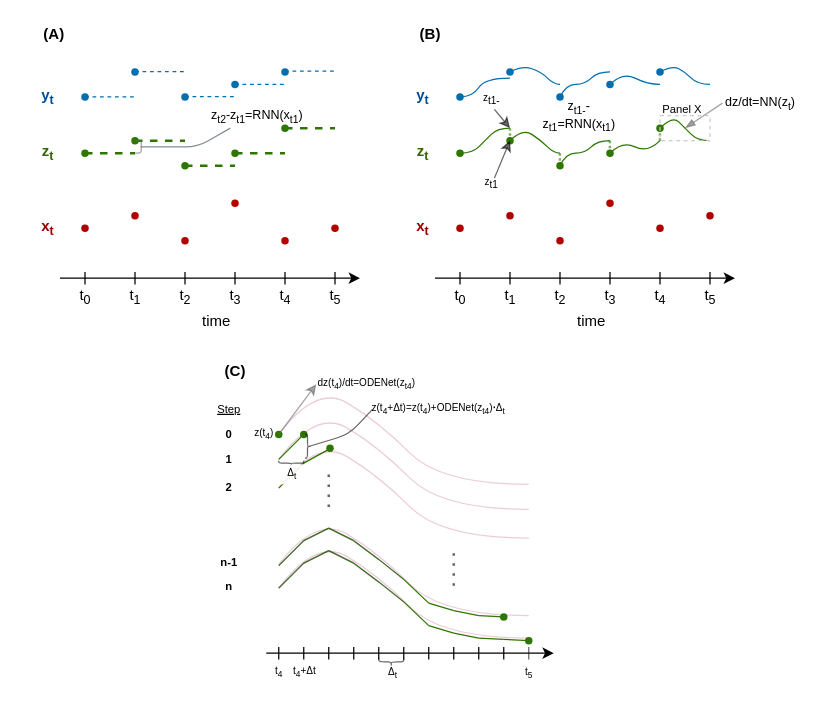
oizin/links keeps this draw.io diagram as graph1.drawio. Above is the earlier version. Source tidied: cells renumbered, new cells numbered last; positions are measured from the earlier drawing's top-left corner, leaving out a move shared by most shapes. Both pictures are drawn from the tidied source at 125%, with x=0, y=0 at pixel (22, 21).
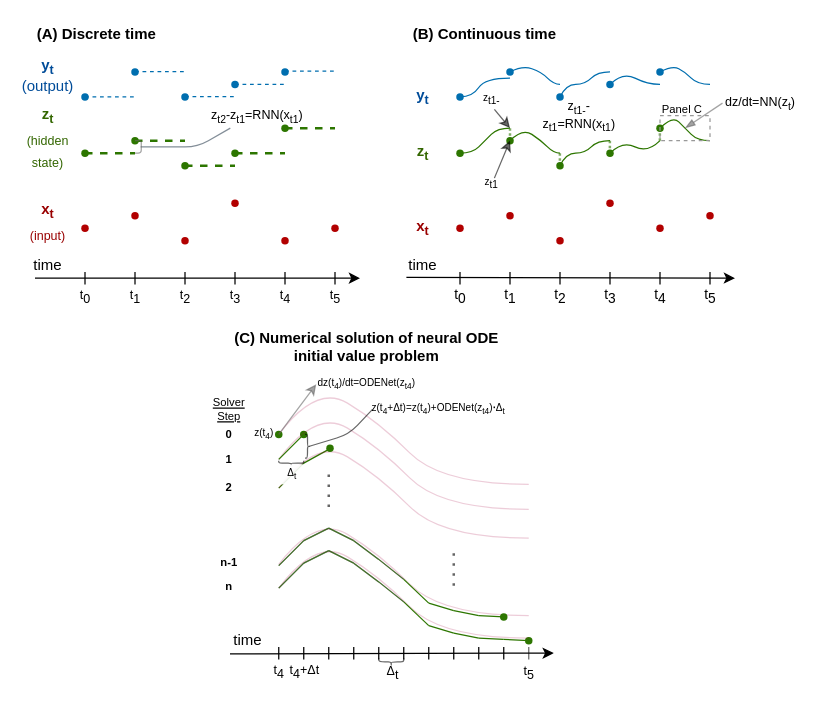
Above is the later version.

What changed in the source:
```diff
@@
-    <mxCell id="7" style="endArrow=classic;html=1;endFill=1;" parent="1" edge="1">
+    <mxCell id="7" style="endArrow=classic;html=1;endFill=1;exitX=0.25;exitY=1;exitDx=0;exitDy=0;" parent="1" edge="1" source="43">
       <mxGeometry relative="1" as="geometry">
-        <mxPoint x="29.5" y="205" as="sourcePoint" />
         <mxPoint x="269.5" y="205" as="targetPoint" />
       </mxGeometry>
     </mxCell>
@@
-    <mxCell id="34" value="t&lt;sub&gt;0&lt;/sub&gt;" style="text;html=1;strokeColor=none;fillColor=none;align=center;verticalAlign=middle;whiteSpace=wrap;rounded=0;" parent="1" vertex="1">
+    <mxCell id="34" value="t&lt;sub style=&quot;font-size: 10px;&quot;&gt;0&lt;/sub&gt;" style="text;html=1;strokeColor=none;fillColor=none;align=center;verticalAlign=middle;whiteSpace=wrap;rounded=0;fontSize=10;" parent="1" vertex="1">
       <mxGeometry x="29.5" y="210" width="40" height="20" as="geometry" />
     </mxCell>
-    <mxCell id="35" value="t&lt;sub&gt;1&lt;/sub&gt;" style="text;html=1;strokeColor=none;fillColor=none;align=center;verticalAlign=middle;whiteSpace=wrap;rounded=0;" parent="1" vertex="1">
+    <mxCell id="35" value="t&lt;sub style=&quot;font-size: 10px;&quot;&gt;1&lt;/sub&gt;" style="text;html=1;strokeColor=none;fillColor=none;align=center;verticalAlign=middle;whiteSpace=wrap;rounded=0;fontSize=10;" parent="1" vertex="1">
       <mxGeometry x="69.5" y="210" width="40" height="20" as="geometry" />
     </mxCell>
-    <mxCell id="36" value="t&lt;sub&gt;2&lt;/sub&gt;" style="text;html=1;strokeColor=none;fillColor=none;align=center;verticalAlign=middle;whiteSpace=wrap;rounded=0;" parent="1" vertex="1">
+    <mxCell id="36" value="t&lt;sub style=&quot;font-size: 10px;&quot;&gt;2&lt;/sub&gt;" style="text;html=1;strokeColor=none;fillColor=none;align=center;verticalAlign=middle;whiteSpace=wrap;rounded=0;fontSize=10;" parent="1" vertex="1">
       <mxGeometry x="109.5" y="210" width="40" height="20" as="geometry" />
     </mxCell>
-    <mxCell id="37" value="t&lt;sub&gt;3&lt;/sub&gt;" style="text;html=1;strokeColor=none;fillColor=none;align=center;verticalAlign=middle;whiteSpace=wrap;rounded=0;" parent="1" vertex="1">
+    <mxCell id="37" value="t&lt;sub style=&quot;font-size: 10px;&quot;&gt;3&lt;/sub&gt;" style="text;html=1;strokeColor=none;fillColor=none;align=center;verticalAlign=middle;whiteSpace=wrap;rounded=0;fontSize=10;" parent="1" vertex="1">
       <mxGeometry x="149.5" y="210" width="40" height="20" as="geometry" />
     </mxCell>
-    <mxCell id="38" value="t&lt;sub&gt;4&lt;/sub&gt;" style="text;html=1;strokeColor=none;fillColor=none;align=center;verticalAlign=middle;whiteSpace=wrap;rounded=0;" parent="1" vertex="1">
+    <mxCell id="38" value="t&lt;sub style=&quot;font-size: 10px;&quot;&gt;4&lt;/sub&gt;" style="text;html=1;strokeColor=none;fillColor=none;align=center;verticalAlign=middle;whiteSpace=wrap;rounded=0;fontSize=10;" parent="1" vertex="1">
       <mxGeometry x="189.5" y="210" width="40" height="20" as="geometry" />
     </mxCell>
-    <mxCell id="39" value="t&lt;sub&gt;5&lt;/sub&gt;" style="text;html=1;strokeColor=none;fillColor=none;align=center;verticalAlign=middle;whiteSpace=wrap;rounded=0;" parent="1" vertex="1">
+    <mxCell id="39" value="t&lt;sub style=&quot;font-size: 10px;&quot;&gt;5&lt;/sub&gt;" style="text;html=1;strokeColor=none;fillColor=none;align=center;verticalAlign=middle;whiteSpace=wrap;rounded=0;fontSize=10;" parent="1" vertex="1">
       <mxGeometry x="229.5" y="210" width="40" height="20" as="geometry" />
     </mxCell>
-    <mxCell id="40" value="y&lt;sub&gt;t&lt;/sub&gt;" style="text;html=1;align=center;verticalAlign=middle;whiteSpace=wrap;rounded=0;fontColor=#004C99;fontStyle=1;" parent="1" vertex="1">
-      <mxGeometry x="-0.5" y="50" width="40" height="20" as="geometry" />
+    <mxCell id="40" value="&lt;div&gt;y&lt;sub&gt;t&lt;/sub&gt;&lt;/div&gt;&lt;div&gt;&lt;span style=&quot;font-weight: normal&quot;&gt;(output)&lt;/span&gt;&lt;/div&gt;" style="text;align=center;verticalAlign=middle;rounded=0;fontColor=#004C99;fontStyle=1;spacing=0;whiteSpace=wrap;html=1;" parent="1" vertex="1">
+      <mxGeometry x="-0.5" y="20" width="40" height="45" as="geometry" />
     </mxCell>
-    <mxCell id="41" value="z&lt;sub&gt;t&lt;/sub&gt;" style="text;html=1;align=center;verticalAlign=middle;whiteSpace=wrap;rounded=0;fontColor=#336600;fontStyle=1;" parent="1" vertex="1">
-      <mxGeometry x="-0.5" y="95" width="40" height="20" as="geometry" />
+    <mxCell id="41" value="&lt;div&gt;z&lt;sub&gt;t&lt;/sub&gt;&lt;/div&gt;&lt;div&gt;&lt;sub&gt;&lt;span style=&quot;font-weight: normal&quot;&gt;(hidden state)&lt;/span&gt;&lt;br&gt;&lt;/sub&gt;&lt;/div&gt;" style="text;html=1;align=center;verticalAlign=middle;whiteSpace=wrap;rounded=0;fontColor=#336600;fontStyle=1;" parent="1" vertex="1">
+      <mxGeometry x="-0.5" y="65" width="40" height="55" as="geometry" />
     </mxCell>
-    <mxCell id="42" value="x&lt;sub&gt;t&lt;/sub&gt;" style="text;html=1;align=center;verticalAlign=middle;whiteSpace=wrap;rounded=0;fontStyle=1;fontColor=#990000;" parent="1" vertex="1">
-      <mxGeometry x="-0.5" y="155" width="40" height="20" as="geometry" />
+    <mxCell id="42" value="&lt;div&gt;x&lt;sub&gt;t&lt;/sub&gt;&lt;/div&gt;&lt;div&gt;&lt;sub&gt;&lt;span style=&quot;font-weight: normal&quot;&gt;(input)&lt;/span&gt;&lt;br&gt;&lt;/sub&gt;&lt;/div&gt;" style="text;html=1;align=center;verticalAlign=middle;whiteSpace=wrap;rounded=0;fontStyle=1;fontColor=#990000;" parent="1" vertex="1">
+      <mxGeometry x="-0.5" y="135" width="40" height="50" as="geometry" />
     </mxCell>
     <mxCell id="43" value="time" style="text;html=1;strokeColor=none;fillColor=none;align=center;verticalAlign=middle;whiteSpace=wrap;rounded=0;" parent="1" vertex="1">
-      <mxGeometry x="134.5" y="230" width="40" height="20" as="geometry" />
+      <mxGeometry x="-0.5" y="185" width="40" height="20" as="geometry" />
     </mxCell>
@@
-    <mxCell id="49" style="endArrow=classic;html=1;endFill=1;" parent="1" edge="1">
+    <mxCell id="49" style="endArrow=classic;html=1;endFill=1;exitX=0.178;exitY=0.97;exitDx=0;exitDy=0;exitPerimeter=0;" parent="1" edge="1" source="78">
       <mxGeometry relative="1" as="geometry">
-        <mxPoint x="329.5" y="205" as="sourcePoint" />
         <mxPoint x="569.5" y="205" as="targetPoint" />
       </mxGeometry>
     </mxCell>
@@
-    <mxCell id="69" value="t&lt;sub&gt;0&lt;/sub&gt;" style="text;html=1;strokeColor=none;fillColor=none;align=center;verticalAlign=middle;whiteSpace=wrap;rounded=0;" parent="1" vertex="1">
+    <mxCell id="69" value="t&lt;sub style=&quot;font-size: 11px;&quot;&gt;0&lt;/sub&gt;" style="text;html=1;strokeColor=none;fillColor=none;align=center;verticalAlign=middle;whiteSpace=wrap;rounded=0;fontSize=11;" parent="1" vertex="1">
       <mxGeometry x="329.5" y="210" width="40" height="20" as="geometry" />
     </mxCell>
-    <mxCell id="70" value="t&lt;sub&gt;1&lt;/sub&gt;" style="text;html=1;strokeColor=none;fillColor=none;align=center;verticalAlign=middle;whiteSpace=wrap;rounded=0;" parent="1" vertex="1">
+    <mxCell id="70" value="t&lt;sub style=&quot;font-size: 11px;&quot;&gt;1&lt;/sub&gt;" style="text;html=1;strokeColor=none;fillColor=none;align=center;verticalAlign=middle;whiteSpace=wrap;rounded=0;fontSize=11;" parent="1" vertex="1">
       <mxGeometry x="369.5" y="210" width="40" height="20" as="geometry" />
     </mxCell>
-    <mxCell id="71" value="t&lt;sub&gt;2&lt;/sub&gt;" style="text;html=1;strokeColor=none;fillColor=none;align=center;verticalAlign=middle;whiteSpace=wrap;rounded=0;" parent="1" vertex="1">
+    <mxCell id="71" value="t&lt;sub style=&quot;font-size: 11px;&quot;&gt;2&lt;/sub&gt;" style="text;html=1;strokeColor=none;fillColor=none;align=center;verticalAlign=middle;whiteSpace=wrap;rounded=0;fontSize=11;" parent="1" vertex="1">
       <mxGeometry x="409.5" y="210" width="40" height="20" as="geometry" />
     </mxCell>
-    <mxCell id="72" value="t&lt;sub&gt;3&lt;/sub&gt;" style="text;html=1;strokeColor=none;fillColor=none;align=center;verticalAlign=middle;whiteSpace=wrap;rounded=0;" parent="1" vertex="1">
+    <mxCell id="72" value="t&lt;sub style=&quot;font-size: 11px;&quot;&gt;3&lt;/sub&gt;" style="text;html=1;strokeColor=none;fillColor=none;align=center;verticalAlign=middle;whiteSpace=wrap;rounded=0;fontSize=11;" parent="1" vertex="1">
       <mxGeometry x="449.5" y="210" width="40" height="20" as="geometry" />
     </mxCell>
-    <mxCell id="73" value="t&lt;sub&gt;4&lt;/sub&gt;" style="text;html=1;strokeColor=none;fillColor=none;align=center;verticalAlign=middle;whiteSpace=wrap;rounded=0;" parent="1" vertex="1">
+    <mxCell id="73" value="t&lt;sub style=&quot;font-size: 11px;&quot;&gt;4&lt;/sub&gt;" style="text;html=1;strokeColor=none;fillColor=none;align=center;verticalAlign=middle;whiteSpace=wrap;rounded=0;fontSize=11;" parent="1" vertex="1">
       <mxGeometry x="489.5" y="210" width="40" height="20" as="geometry" />
     </mxCell>
-    <mxCell id="74" value="t&lt;sub&gt;5&lt;/sub&gt;" style="text;html=1;strokeColor=none;fillColor=none;align=center;verticalAlign=middle;whiteSpace=wrap;rounded=0;" parent="1" vertex="1">
+    <mxCell id="74" value="t&lt;sub style=&quot;font-size: 11px;&quot;&gt;5&lt;/sub&gt;" style="text;html=1;strokeColor=none;fillColor=none;align=center;verticalAlign=middle;whiteSpace=wrap;rounded=0;fontSize=11;" parent="1" vertex="1">
       <mxGeometry x="529.5" y="210" width="40" height="20" as="geometry" />
     </mxCell>
@@
     <mxCell id="78" value="time" style="text;html=1;strokeColor=none;fillColor=none;align=center;verticalAlign=middle;whiteSpace=wrap;rounded=0;" parent="1" vertex="1">
-      <mxGeometry x="434.5" y="230" width="40" height="20" as="geometry" />
+      <mxGeometry x="299.5" y="185" width="40" height="20" as="geometry" />
     </mxCell>
@@
-    <mxCell id="128" value="&lt;span&gt;Δ&lt;sub&gt;t&lt;/sub&gt;&lt;/span&gt;" style="text;html=1;strokeColor=none;fillColor=none;align=center;verticalAlign=middle;whiteSpace=wrap;rounded=0;fontSize=8;fontColor=#000000;opacity=60;" parent="1" vertex="1">
+    <mxCell id="128" value="&lt;span style=&quot;font-size: 10px;&quot;&gt;Δ&lt;sub style=&quot;font-size: 10px;&quot;&gt;t&lt;/sub&gt;&lt;/span&gt;" style="text;html=1;strokeColor=none;fillColor=none;align=center;verticalAlign=middle;whiteSpace=wrap;rounded=0;fontSize=10;fontColor=#000000;opacity=60;" parent="1" vertex="1">
       <mxGeometry x="285.5" y="513" width="20" height="15" as="geometry" />
     </mxCell>
@@
-    <mxCell id="130" value="t&lt;sub&gt;4&lt;/sub&gt;" style="text;html=1;strokeColor=none;fillColor=none;align=center;verticalAlign=middle;whiteSpace=wrap;rounded=0;fontSize=8;fontColor=#000000;opacity=60;" parent="1" vertex="1">
+    <mxCell id="130" value="t&lt;sub style=&quot;font-size: 10px;&quot;&gt;4&lt;/sub&gt;" style="text;html=1;strokeColor=none;fillColor=none;align=center;verticalAlign=middle;whiteSpace=wrap;rounded=0;fontSize=10;fontColor=#000000;opacity=60;" parent="1" vertex="1">
       <mxGeometry x="184.5" y="510" width="40" height="20" as="geometry" />
     </mxCell>
-    <mxCell id="131" value="t&lt;sub&gt;4&lt;/sub&gt;+&lt;span&gt;Δt&lt;/span&gt;" style="text;html=1;strokeColor=none;fillColor=none;align=center;verticalAlign=middle;whiteSpace=wrap;rounded=0;fontSize=8;fontColor=#000000;opacity=60;" parent="1" vertex="1">
+    <mxCell id="131" value="t&lt;sub style=&quot;font-size: 10px;&quot;&gt;4&lt;/sub&gt;+&lt;span style=&quot;font-size: 10px;&quot;&gt;Δt&lt;/span&gt;" style="text;html=1;strokeColor=none;fillColor=none;align=center;verticalAlign=middle;whiteSpace=wrap;rounded=0;fontSize=10;fontColor=#000000;opacity=60;" parent="1" vertex="1">
       <mxGeometry x="214.5" y="510" width="21" height="20" as="geometry" />
     </mxCell>
-    <mxCell id="132" value="t&lt;sub&gt;5&lt;/sub&gt;" style="text;html=1;strokeColor=none;fillColor=none;align=center;verticalAlign=middle;whiteSpace=wrap;rounded=0;fontSize=8;fontColor=#000000;opacity=60;" parent="1" vertex="1">
+    <mxCell id="132" value="t&lt;sub style=&quot;font-size: 10px;&quot;&gt;5&lt;/sub&gt;" style="text;html=1;strokeColor=none;fillColor=none;align=center;verticalAlign=middle;whiteSpace=wrap;rounded=0;fontSize=10;fontColor=#000000;opacity=60;" parent="1" vertex="1">
       <mxGeometry x="384.5" y="510.5" width="40" height="20" as="geometry" />
     </mxCell>
@@
-    <mxCell id="141" style="rounded=0;whiteSpace=wrap;html=1;perimeterSpacing=1;fillColor=none;dashed=1;strokeColor=#CCCCCC;" parent="1" vertex="1">
+    <mxCell id="141" style="rounded=0;whiteSpace=wrap;html=1;perimeterSpacing=1;fillColor=none;dashed=1;strokeColor=#999999;" parent="1" vertex="1">
       <mxGeometry x="509.5" y="75" width="40" height="20" as="geometry" />
     </mxCell>
-    <mxCell id="142" value="Panel X" style="text;html=1;strokeColor=none;fillColor=none;align=center;verticalAlign=middle;whiteSpace=wrap;rounded=0;dashed=1;fontSize=9;" parent="1" vertex="1">
+    <mxCell id="142" value="Panel C" style="text;html=1;strokeColor=none;fillColor=none;align=center;verticalAlign=middle;whiteSpace=wrap;rounded=0;dashed=1;fontSize=9;" parent="1" vertex="1">
       <mxGeometry x="509.5" y="65" width="35" height="10" as="geometry" />
     </mxCell>
@@
-    <mxCell id="175" value="Step" style="text;html=1;strokeColor=none;fillColor=none;align=center;verticalAlign=middle;whiteSpace=wrap;rounded=0;dashed=1;fontSize=9;fontStyle=4;" parent="1" vertex="1">
+    <mxCell id="175" value="Solver Step" style="text;html=1;strokeColor=none;fillColor=none;align=center;verticalAlign=middle;whiteSpace=wrap;rounded=0;dashed=1;fontSize=9;fontStyle=4;" parent="1" vertex="1">
       <mxGeometry x="144.5" y="300" width="40" height="20" as="geometry" />
     </mxCell>
@@
-    <mxCell id="182" style="endArrow=classic;html=1;endFill=1;" parent="1" edge="1">
+    <mxCell id="182" style="endArrow=classic;html=1;endFill=1;exitX=0.15;exitY=1.029;exitDx=0;exitDy=0;exitPerimeter=0;" parent="1" edge="1" source="187">
       <mxGeometry relative="1" as="geometry">
-        <mxPoint x="194.5" y="505" as="sourcePoint" />
         <mxPoint x="424.5" y="505" as="targetPoint" />
       </mxGeometry>
     </mxCell>
-    <mxCell id="183" value="(A)" style="text;html=1;strokeColor=none;fillColor=none;align=center;verticalAlign=middle;whiteSpace=wrap;rounded=0;dashed=1;fontSize=12;opacity=90;fontStyle=1;" parent="1" vertex="1">
-      <mxGeometry x="4.5" width="40" height="20" as="geometry" />
+    <mxCell id="183" value="(A) Discrete time" style="text;html=1;strokeColor=none;fillColor=none;align=center;verticalAlign=middle;whiteSpace=wrap;rounded=0;dashed=1;fontSize=12;opacity=90;fontStyle=1;" parent="1" vertex="1">
+      <mxGeometry x="4.5" width="107.5" height="20" as="geometry" />
     </mxCell>
-    <mxCell id="184" value="(B)" style="text;html=1;strokeColor=none;fillColor=none;align=center;verticalAlign=middle;whiteSpace=wrap;rounded=0;dashed=1;fontSize=12;opacity=90;fontStyle=1;" parent="1" vertex="1">
-      <mxGeometry x="305.5" width="40" height="20" as="geometry" />
+    <mxCell id="184" value="(B) Continuous time" style="text;html=1;strokeColor=none;fillColor=none;align=center;verticalAlign=middle;whiteSpace=wrap;rounded=0;dashed=1;fontSize=12;opacity=90;fontStyle=1;" parent="1" vertex="1">
+      <mxGeometry x="305.5" width="126.5" height="20" as="geometry" />
     </mxCell>
-    <mxCell id="185" value="(C)" style="text;html=1;strokeColor=none;fillColor=none;align=center;verticalAlign=middle;whiteSpace=wrap;rounded=0;dashed=1;fontSize=12;opacity=90;fontStyle=1;" parent="1" vertex="1">
-      <mxGeometry x="149.5" y="270" width="40" height="20" as="geometry" />
+    <mxCell id="185" value="(C) Numerical solution of neural ODE initial value problem" style="text;html=1;strokeColor=none;fillColor=none;align=center;verticalAlign=middle;whiteSpace=wrap;rounded=0;dashed=1;fontSize=12;opacity=90;fontStyle=1;" parent="1" vertex="1">
+      <mxGeometry x="159.5" y="240" width="230" height="40" as="geometry" />
     </mxCell>
+    <mxCell id="186" style="edgeStyle=orthogonalEdgeStyle;rounded=0;orthogonalLoop=1;jettySize=auto;html=1;exitX=0.5;exitY=1;exitDx=0;exitDy=0;" parent="1" edge="1" source="41" target="41">
+      <mxGeometry relative="1" as="geometry" />
+    </mxCell>
+    <mxCell id="187" value="time" style="text;html=1;strokeColor=none;fillColor=none;align=center;verticalAlign=middle;whiteSpace=wrap;rounded=0;" parent="1" vertex="1">
+      <mxGeometry x="159.5" y="485" width="40" height="20" as="geometry" />
+    </mxCell>
```
